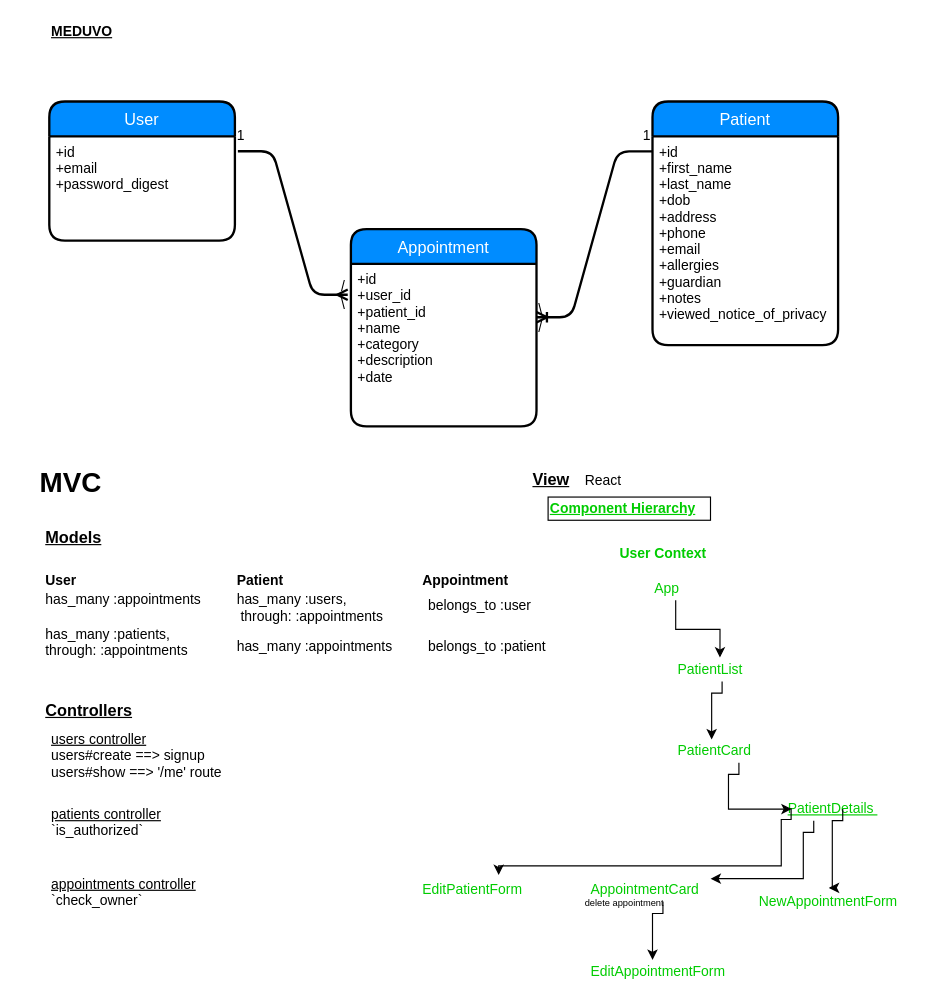
Above: page "ERD" (1 of 3) of client/1.drawio in minchulan/meduvo (draw.io), before the change. Source tidied: cells renumbered, new cells numbered last; positions are measured from the earlier drawing's top-left corner, leaving out a move shared by most shapes. Both pictures are drawn from the tidied source at 116%, with x=0, y=0 at pixel (37, 20).
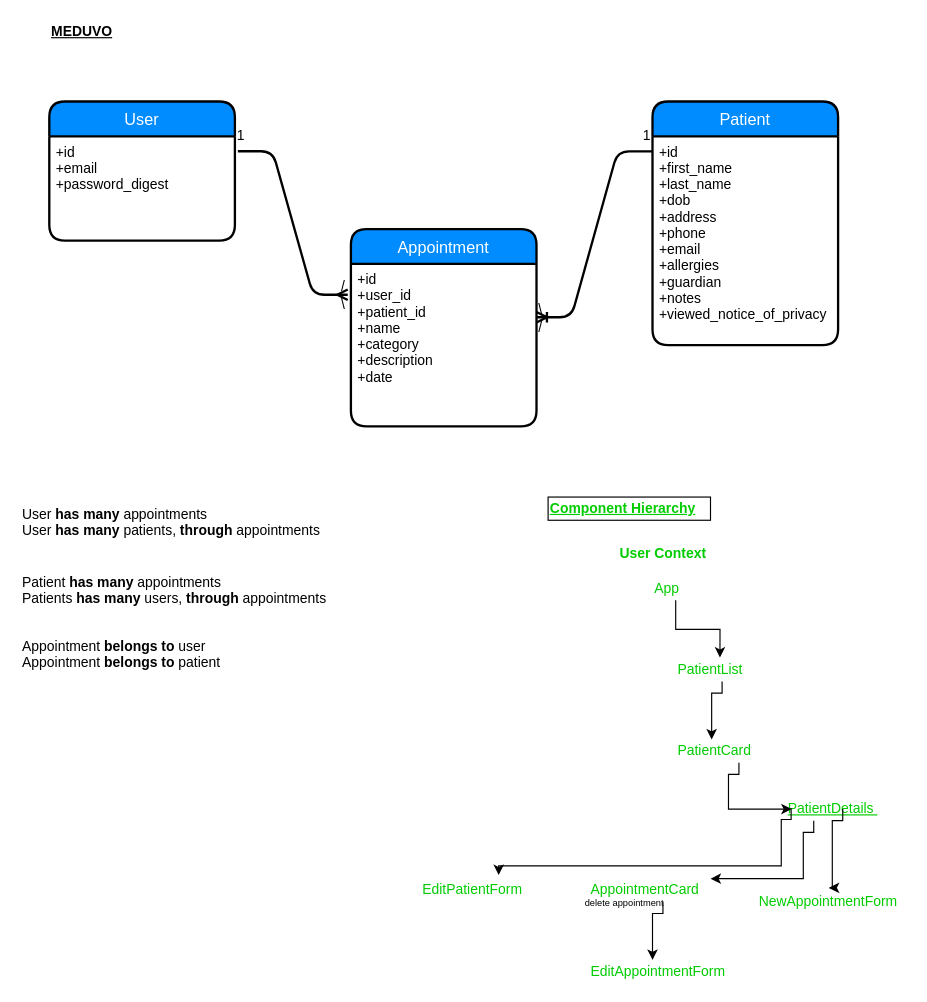
Above is the later version.

Change to the diagram source:
```diff
@@
-    <mxCell id="35" value="&lt;h3&gt;&lt;u&gt;&lt;b&gt;Models&lt;/b&gt;&lt;/u&gt;&lt;/h3&gt;" style="text;html=1;align=left;verticalAlign=top;spacingTop=-4;" parent="1" vertex="1">
-      <mxGeometry x="5" y="421" width="60" height="40" as="geometry" />
-    </mxCell>
-    <mxCell id="36" value="&lt;b&gt;User&lt;/b&gt;" style="text;html=1;align=left;verticalAlign=top;spacingTop=-4;" parent="1" vertex="1">
-      <mxGeometry x="5" y="473" width="40" height="20" as="geometry" />
-    </mxCell>
-    <mxCell id="37" value="&lt;b&gt;Patient&lt;/b&gt;" style="text;html=1;align=left;verticalAlign=top;spacingTop=-4;" parent="1" vertex="1">
-      <mxGeometry x="170" y="473" width="60" height="20" as="geometry" />
+    <mxCell id="37" value="User &lt;b&gt;has many&lt;/b&gt; appointments&amp;nbsp;&lt;br&gt;User &lt;b&gt;has many&lt;/b&gt; patients, &lt;b&gt;through&lt;/b&gt; appointments" style="text;html=1;align=left;verticalAlign=top;spacingTop=-4;" parent="1" vertex="1">
+      <mxGeometry x="-15" y="416" width="270" height="30" as="geometry" />
     </mxCell>
-    <mxCell id="38" value="&lt;b&gt;Appointment&lt;/b&gt;" style="text;html=1;align=left;verticalAlign=top;spacingTop=-4;" parent="1" vertex="1">
-      <mxGeometry x="330" y="473" width="90" height="20" as="geometry" />
+    <mxCell id="38" value="Patient &lt;b&gt;has many&lt;/b&gt; appointments&lt;br&gt;Patients &lt;b&gt;has many&lt;/b&gt; users, &lt;b&gt;through&lt;/b&gt; appointments" style="text;html=1;align=left;verticalAlign=top;spacingTop=-4;" parent="1" vertex="1">
+      <mxGeometry x="-15" y="475" width="280" height="30" as="geometry" />
     </mxCell>
-    <mxCell id="39" value="belongs_to :user&amp;nbsp;" style="text;html=1;align=left;verticalAlign=top;spacingTop=-4;" parent="1" vertex="1">
-      <mxGeometry x="335" y="495" width="110" height="20" as="geometry" />
+    <mxCell id="39" value="Appointment &lt;b&gt;belongs to&lt;/b&gt; user&lt;br&gt;Appointment &lt;b&gt;belongs to&lt;/b&gt; patient&amp;nbsp;" style="text;html=1;align=left;verticalAlign=top;spacingTop=-4;" parent="1" vertex="1">
+      <mxGeometry x="-15" y="530" width="190" height="30" as="geometry" />
     </mxCell>
-    <mxCell id="40" value="belongs_to :patient" style="text;html=1;align=left;verticalAlign=top;spacingTop=-4;" parent="1" vertex="1">
-      <mxGeometry x="335" y="530" width="120" height="20" as="geometry" />
-    </mxCell>
-    <mxCell id="41" value="has_many :users,&lt;br&gt;&amp;nbsp;through: :appointments" style="text;html=1;align=left;verticalAlign=top;spacingTop=-4;" parent="1" vertex="1">
-      <mxGeometry x="170" y="490" width="140" height="30" as="geometry" />
-    </mxCell>
-    <mxCell id="42" value="has_many :appointments" style="text;html=1;align=left;verticalAlign=top;spacingTop=-4;" parent="1" vertex="1">
-      <mxGeometry x="170" y="530" width="150" height="20" as="geometry" />
-    </mxCell>
-    <mxCell id="43" value="has_many :appointments" style="text;html=1;align=left;verticalAlign=top;spacingTop=-4;" parent="1" vertex="1">
-      <mxGeometry x="5" y="490" width="150" height="20" as="geometry" />
-    </mxCell>
-    <mxCell id="44" value="has_many :patients,&lt;br&gt;through: :appointments" style="text;html=1;align=left;verticalAlign=top;spacingTop=-4;" parent="1" vertex="1">
-      <mxGeometry x="5" y="520" width="140" height="30" as="geometry" />
-    </mxCell>
-    <mxCell id="45" value="&lt;h3&gt;&lt;u&gt;&lt;b&gt;Controllers&lt;/b&gt;&lt;/u&gt;&lt;/h3&gt;" style="text;html=1;align=left;verticalAlign=top;spacingTop=-4;" parent="1" vertex="1">
-      <mxGeometry x="5" y="570" width="90" height="40" as="geometry" />
-    </mxCell>
-    <mxCell id="46" value="&lt;u&gt;users controller&lt;/u&gt;&lt;br&gt;users#create ==&amp;gt; signup&lt;br&gt;users#show ==&amp;gt; '/me' route&amp;nbsp;" style="text;html=1;align=left;verticalAlign=top;spacingTop=-4;" parent="1" vertex="1">
-      <mxGeometry x="10" y="610" width="170" height="40" as="geometry" />
-    </mxCell>
-    <mxCell id="47" value="&lt;u&gt;patients controller&lt;/u&gt;&lt;br&gt;`is_authorized`" style="text;html=1;align=left;verticalAlign=top;spacingTop=-4;" parent="1" vertex="1">
-      <mxGeometry x="10" y="675" width="110" height="30" as="geometry" />
-    </mxCell>
-    <mxCell id="48" value="&lt;u&gt;appointments controller&lt;/u&gt;&lt;br&gt;`check_owner`&amp;nbsp;" style="text;html=1;align=left;verticalAlign=top;spacingTop=-4;" parent="1" vertex="1">
-      <mxGeometry x="10" y="735" width="140" height="30" as="geometry" />
-    </mxCell>
-    <mxCell id="49" value="&lt;h3&gt;&lt;u&gt;View&lt;/u&gt;&lt;/h3&gt;" style="text;html=1;align=left;verticalAlign=top;spacingTop=-4;" parent="1" vertex="1">
-      <mxGeometry x="425" y="371" width="50" height="40" as="geometry" />
-    </mxCell>
-    <mxCell id="50" value="React&amp;nbsp;" style="text;html=1;align=left;verticalAlign=top;spacingTop=-4;" parent="1" vertex="1">
-      <mxGeometry x="470" y="387" width="50" height="20" as="geometry" />
-    </mxCell>
-    <mxCell id="51" value="&lt;h1&gt;MVC&amp;nbsp;&lt;/h1&gt;" style="text;html=1;align=left;verticalAlign=top;spacingTop=-4;" parent="1" vertex="1">
-      <mxGeometry y="366" width="80" height="50" as="geometry" />
-    </mxCell>
```
